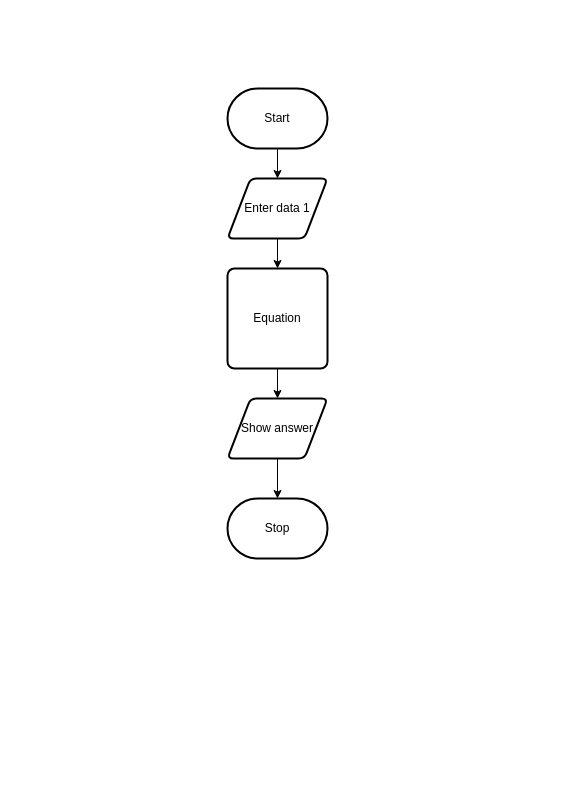
This is design/flowchart.drawio from MTHS-ICS2O-2-2022/ICS2O-Unit-5-08-Jaden-Plugowsky, a draw.io file, before an edit. Source tidied: cells renumbered, new cells numbered last; positions are measured from the earlier drawing's top-left corner, leaving out a move shared by most shapes. Both pictures are drawn from the tidied source at 100%, with x=0, y=0 at pixel (227, 88).
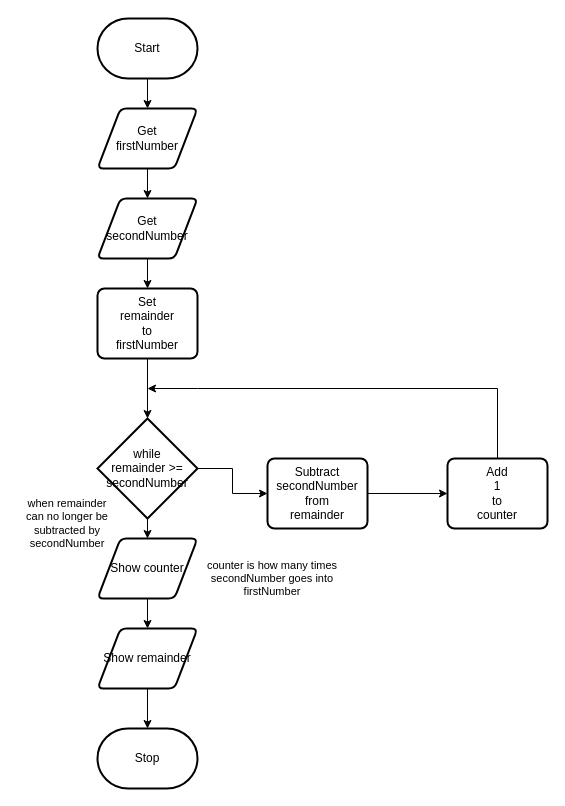
The same diagram, later.

The edit, as a diff of the source:
```diff
@@
-    <mxCell id="2" style="edgeStyle=orthogonalEdgeStyle;html=1;entryX=0.5;entryY=0;entryDx=0;entryDy=0;rounded=0;" parent="1" edge="1" source="3" target="6">
-      <mxGeometry relative="1" as="geometry" />
-    </mxCell>
+    <mxCell id="7" style="edgeStyle=orthogonalEdgeStyle;html=1;entryX=0.5;entryY=0;entryDx=0;entryDy=0;rounded=0;" parent="1" edge="1" source="3" target="12">
+      <mxGeometry relative="1" as="geometry" />
+    </mxCell>
     <mxCell id="3" value="Start" style="strokeWidth=2;html=1;shape=mxgraph.flowchart.terminator;whiteSpace=wrap;" parent="1" vertex="1">
-      <mxGeometry width="100" height="60" as="geometry" />
+      <mxGeometry x="-130" y="-70" width="100" height="60" as="geometry" />
     </mxCell>
     <mxCell id="4" value="Stop" style="strokeWidth=2;html=1;shape=mxgraph.flowchart.terminator;whiteSpace=wrap;" parent="1" vertex="1">
-      <mxGeometry y="410" width="100" height="60" as="geometry" />
+      <mxGeometry x="-130" y="640" width="100" height="60" as="geometry" />
     </mxCell>
-    <mxCell id="5" style="edgeStyle=orthogonalEdgeStyle;shape=connector;rounded=0;html=1;entryX=0.5;entryY=0;entryDx=0;entryDy=0;labelBackgroundColor=default;strokeColor=default;fontFamily=Helvetica;fontSize=11;fontColor=default;endArrow=classic;" parent="1" edge="1" source="6" target="10">
-      <mxGeometry relative="1" as="geometry" />
-    </mxCell>
-    <mxCell id="6" value="Enter data 1" style="shape=parallelogram;html=1;strokeWidth=2;perimeter=parallelogramPerimeter;whiteSpace=wrap;rounded=1;arcSize=12;size=0.23;" parent="1" vertex="1">
-      <mxGeometry y="90" width="100" height="60" as="geometry" />
-    </mxCell>
-    <mxCell id="7" style="edgeStyle=orthogonalEdgeStyle;shape=connector;rounded=0;html=1;labelBackgroundColor=default;strokeColor=default;fontFamily=Helvetica;fontSize=11;fontColor=default;endArrow=classic;" parent="1" edge="1" source="8" target="4">
-      <mxGeometry relative="1" as="geometry" />
-    </mxCell>
-    <mxCell id="8" value="Show answer" style="shape=parallelogram;html=1;strokeWidth=2;perimeter=parallelogramPerimeter;whiteSpace=wrap;rounded=1;arcSize=12;size=0.23;" parent="1" vertex="1">
-      <mxGeometry y="310" width="100" height="60" as="geometry" />
-    </mxCell>
-    <mxCell id="9" style="edgeStyle=orthogonalEdgeStyle;shape=connector;rounded=0;html=1;entryX=0.5;entryY=0;entryDx=0;entryDy=0;labelBackgroundColor=default;strokeColor=default;fontFamily=Helvetica;fontSize=11;fontColor=default;endArrow=classic;" parent="1" edge="1" source="10" target="8">
-      <mxGeometry relative="1" as="geometry" />
-    </mxCell>
-    <mxCell id="10" value="Equation" style="rounded=1;whiteSpace=wrap;html=1;absoluteArcSize=1;arcSize=14;strokeWidth=2;" parent="1" vertex="1">
-      <mxGeometry y="180" width="100" height="100" as="geometry" />
-    </mxCell>
+    <mxCell id="11" style="edgeStyle=orthogonalEdgeStyle;shape=connector;rounded=0;html=1;entryX=0.5;entryY=0;entryDx=0;entryDy=0;labelBackgroundColor=default;strokeColor=default;fontFamily=Helvetica;fontSize=11;fontColor=default;endArrow=classic;" parent="1" edge="1" source="12" target="21">
+      <mxGeometry relative="1" as="geometry" />
+    </mxCell>
+    <mxCell id="12" value="Get&lt;br&gt;firstNumber" style="shape=parallelogram;html=1;strokeWidth=2;perimeter=parallelogramPerimeter;whiteSpace=wrap;rounded=1;arcSize=12;size=0.23;" parent="1" vertex="1">
+      <mxGeometry x="-130" y="20" width="100" height="60" as="geometry" />
+    </mxCell>
+    <mxCell id="13" style="edgeStyle=orthogonalEdgeStyle;shape=connector;rounded=0;html=1;labelBackgroundColor=default;strokeColor=default;fontFamily=Helvetica;fontSize=11;fontColor=default;endArrow=classic;" parent="1" edge="1" source="14" target="29">
+      <mxGeometry relative="1" as="geometry" />
+    </mxCell>
+    <mxCell id="14" value="Show counter" style="shape=parallelogram;html=1;strokeWidth=2;perimeter=parallelogramPerimeter;whiteSpace=wrap;rounded=1;arcSize=12;size=0.23;" parent="1" vertex="1">
+      <mxGeometry x="-130" y="450" width="100" height="60" as="geometry" />
+    </mxCell>
+    <mxCell id="15" style="edgeStyle=orthogonalEdgeStyle;shape=connector;rounded=0;html=1;labelBackgroundColor=default;strokeColor=default;fontFamily=Helvetica;fontSize=11;fontColor=default;endArrow=classic;" parent="1" edge="1" source="16" target="23">
+      <mxGeometry relative="1" as="geometry" />
+    </mxCell>
+    <mxCell id="16" value="Subtract&lt;br&gt;secondNumber&lt;br&gt;from&lt;br&gt;remainder" style="rounded=1;whiteSpace=wrap;html=1;absoluteArcSize=1;arcSize=14;strokeWidth=2;" parent="1" vertex="1">
+      <mxGeometry x="40" y="370" width="100" height="70" as="geometry" />
+    </mxCell>
+    <mxCell id="17" style="edgeStyle=orthogonalEdgeStyle;shape=connector;rounded=0;html=1;entryX=0;entryY=0.5;entryDx=0;entryDy=0;labelBackgroundColor=default;strokeColor=default;fontFamily=Helvetica;fontSize=11;fontColor=default;endArrow=classic;" parent="1" edge="1" source="19" target="16">
+      <mxGeometry relative="1" as="geometry" />
+    </mxCell>
+    <mxCell id="18" style="edgeStyle=orthogonalEdgeStyle;shape=connector;rounded=0;html=1;entryX=0.5;entryY=0;entryDx=0;entryDy=0;labelBackgroundColor=default;strokeColor=default;fontFamily=Helvetica;fontSize=11;fontColor=default;endArrow=classic;" parent="1" edge="1" source="19" target="14">
+      <mxGeometry relative="1" as="geometry" />
+    </mxCell>
+    <mxCell id="19" value="while&lt;br&gt;remainder &amp;gt;= secondNumber" style="strokeWidth=2;html=1;shape=mxgraph.flowchart.decision;whiteSpace=wrap;" parent="1" vertex="1">
+      <mxGeometry x="-130" y="330" width="100" height="100" as="geometry" />
+    </mxCell>
+    <mxCell id="20" style="edgeStyle=orthogonalEdgeStyle;shape=connector;rounded=0;html=1;entryX=0.5;entryY=0;entryDx=0;entryDy=0;labelBackgroundColor=default;strokeColor=default;fontFamily=Helvetica;fontSize=11;fontColor=default;endArrow=classic;" parent="1" edge="1" source="21" target="26">
+      <mxGeometry relative="1" as="geometry" />
+    </mxCell>
+    <mxCell id="21" value="Get&lt;br&gt;secondNumber" style="shape=parallelogram;html=1;strokeWidth=2;perimeter=parallelogramPerimeter;whiteSpace=wrap;rounded=1;arcSize=12;size=0.23;" parent="1" vertex="1">
+      <mxGeometry x="-130" y="110" width="100" height="60" as="geometry" />
+    </mxCell>
+    <mxCell id="22" style="edgeStyle=orthogonalEdgeStyle;shape=connector;rounded=0;html=1;labelBackgroundColor=default;strokeColor=default;fontFamily=Helvetica;fontSize=11;fontColor=default;endArrow=classic;" parent="1" edge="1" source="23">
+      <mxGeometry relative="1" as="geometry">
+        <mxPoint x="-80" y="300" as="targetPoint" />
+        <Array as="points">
+          <mxPoint x="270" y="300" />
+          <mxPoint x="-30" y="300" />
+        </Array>
+      </mxGeometry>
+    </mxCell>
+    <mxCell id="23" value="Add&lt;br&gt;1&lt;br&gt;to&lt;br&gt;counter" style="rounded=1;whiteSpace=wrap;html=1;absoluteArcSize=1;arcSize=14;strokeWidth=2;" parent="1" vertex="1">
+      <mxGeometry x="220" y="370" width="100" height="70" as="geometry" />
+    </mxCell>
+    <mxCell id="24" value="counter is how many times secondNumber goes into firstNumber" style="text;strokeColor=none;align=center;fillColor=none;html=1;verticalAlign=middle;whiteSpace=wrap;rounded=0;fontFamily=Helvetica;fontSize=11;fontColor=default;" parent="1" vertex="1">
+      <mxGeometry x="-30" y="475" width="150" height="30" as="geometry" />
+    </mxCell>
+    <mxCell id="25" style="edgeStyle=orthogonalEdgeStyle;shape=connector;rounded=0;html=1;entryX=0.5;entryY=0;entryDx=0;entryDy=0;entryPerimeter=0;labelBackgroundColor=default;strokeColor=default;fontFamily=Helvetica;fontSize=11;fontColor=default;endArrow=classic;" parent="1" edge="1" source="26" target="19">
+      <mxGeometry relative="1" as="geometry" />
+    </mxCell>
+    <mxCell id="26" value="Set&lt;br&gt;remainder&lt;br&gt;to&lt;br&gt;firstNumber" style="rounded=1;whiteSpace=wrap;html=1;absoluteArcSize=1;arcSize=14;strokeWidth=2;" parent="1" vertex="1">
+      <mxGeometry x="-130" y="200" width="100" height="70" as="geometry" />
+    </mxCell>
+    <mxCell id="27" value="when remainder can no longer be subtracted by secondNumber" style="text;strokeColor=none;align=center;fillColor=none;html=1;verticalAlign=middle;whiteSpace=wrap;rounded=0;fontFamily=Helvetica;fontSize=11;fontColor=default;" parent="1" vertex="1">
+      <mxGeometry x="-210" y="420" width="100" height="30" as="geometry" />
+    </mxCell>
+    <mxCell id="28" style="edgeStyle=orthogonalEdgeStyle;shape=connector;rounded=0;html=1;entryX=0.5;entryY=0;entryDx=0;entryDy=0;entryPerimeter=0;labelBackgroundColor=default;strokeColor=default;fontFamily=Helvetica;fontSize=11;fontColor=default;endArrow=classic;" parent="1" edge="1" source="29" target="4">
+      <mxGeometry relative="1" as="geometry" />
+    </mxCell>
+    <mxCell id="29" value="Show remainder" style="shape=parallelogram;html=1;strokeWidth=2;perimeter=parallelogramPerimeter;whiteSpace=wrap;rounded=1;arcSize=12;size=0.23;" parent="1" vertex="1">
+      <mxGeometry x="-130" y="540" width="100" height="60" as="geometry" />
+    </mxCell>
```
